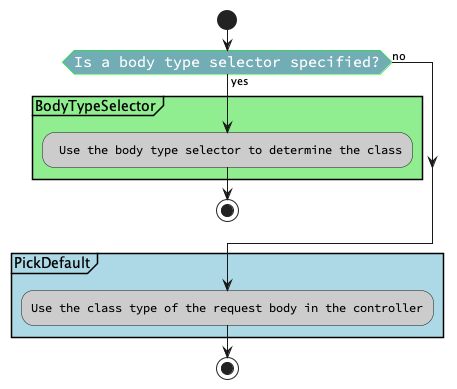
This is images/chenile/transformation-algorithm.png from rajakolluru/cheniledocs.github.io, a PlantUML export, as it was before one commit.
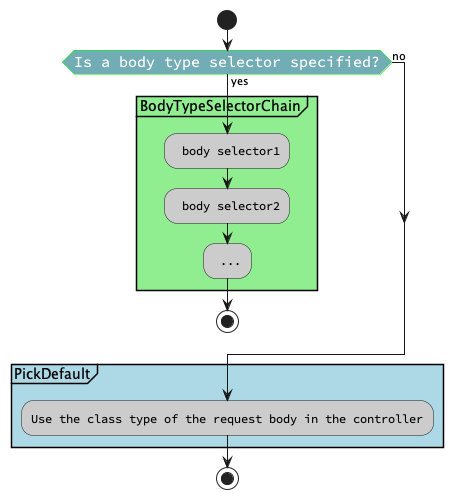
The same file after the commit.

What changed in the source:
```diff
@@ -41,8 +41,10 @@
 </style>
 start
 if(Is a body type selector specified?) then (yes)
-partition #LightGreen BodyTypeSelector {
-    : Use the body type selector to determine the class;
+partition #LightGreen BodyTypeSelectorChain {
+    : body selector1;
+    : body selector2;
+    : ...;
 }
 stop
 else (no)
```
